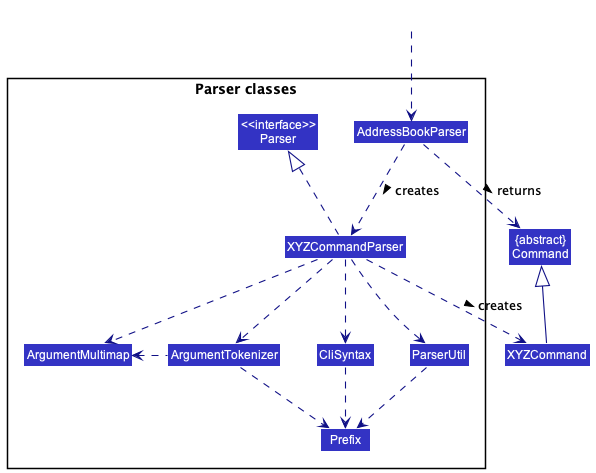
Earlier version of the PlantUML export docs/images/ParserClasses.png (nus-cs2103-AY2223S1/tp). The source it was exported from:
```plantuml
@startuml
!include style.puml
skinparam arrowThickness 1.1
skinparam arrowColor LOGIC_COLOR_T4
skinparam classBackgroundColor LOGIC_COLOR

Class "{abstract}\nCommand" as Command
Class XYZCommand

package "Parser classes"{
Class "<<interface>>\nParser" as Parser
Class AddressBookParser
Class XYZCommandParser
Class CliSyntax
Class ParserUtil
Class ArgumentMultimap
Class ArgumentTokenizer
Class Prefix
}

Class HiddenOutside #FFFFFF
HiddenOutside ..> AddressBookParser

AddressBookParser .down.> XYZCommandParser: creates >

XYZCommandParser ..> XYZCommand : creates >
AddressBookParser ..> Command : returns >
XYZCommandParser .up.|> Parser
XYZCommandParser ..> ArgumentMultimap
XYZCommandParser ..> ArgumentTokenizer
ArgumentTokenizer .left.> ArgumentMultimap
XYZCommandParser ..> CliSyntax
CliSyntax ..> Prefix
XYZCommandParser ..> ParserUtil
ParserUtil .down.> Prefix
ArgumentTokenizer .down.> Prefix
XYZCommand -up-|> Command
@enduml
```
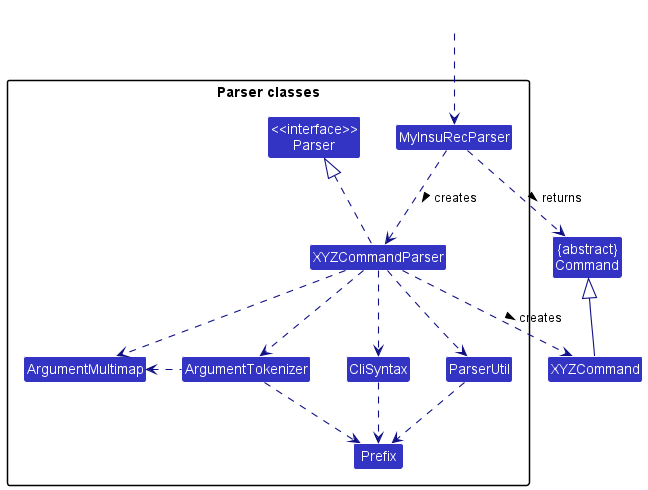
After the change.

The edit, as a diff of the source:
```diff
@@ -9,7 +9,7 @@
 
 package "Parser classes"{
 Class "<<interface>>\nParser" as Parser
-Class AddressBookParser
+Class MyInsuRecParser
 Class XYZCommandParser
 Class CliSyntax
 Class ParserUtil
@@ -19,12 +19,12 @@
 }
 
 Class HiddenOutside #FFFFFF
-HiddenOutside ..> AddressBookParser
+HiddenOutside ..> MyInsuRecParser
 
-AddressBookParser .down.> XYZCommandParser: creates >
+MyInsuRecParser .down.> XYZCommandParser: creates >
 
 XYZCommandParser ..> XYZCommand : creates >
-AddressBookParser ..> Command : returns >
+MyInsuRecParser ..> Command : returns >
 XYZCommandParser .up.|> Parser
 XYZCommandParser ..> ArgumentMultimap
 XYZCommandParser ..> ArgumentTokenizer
```
